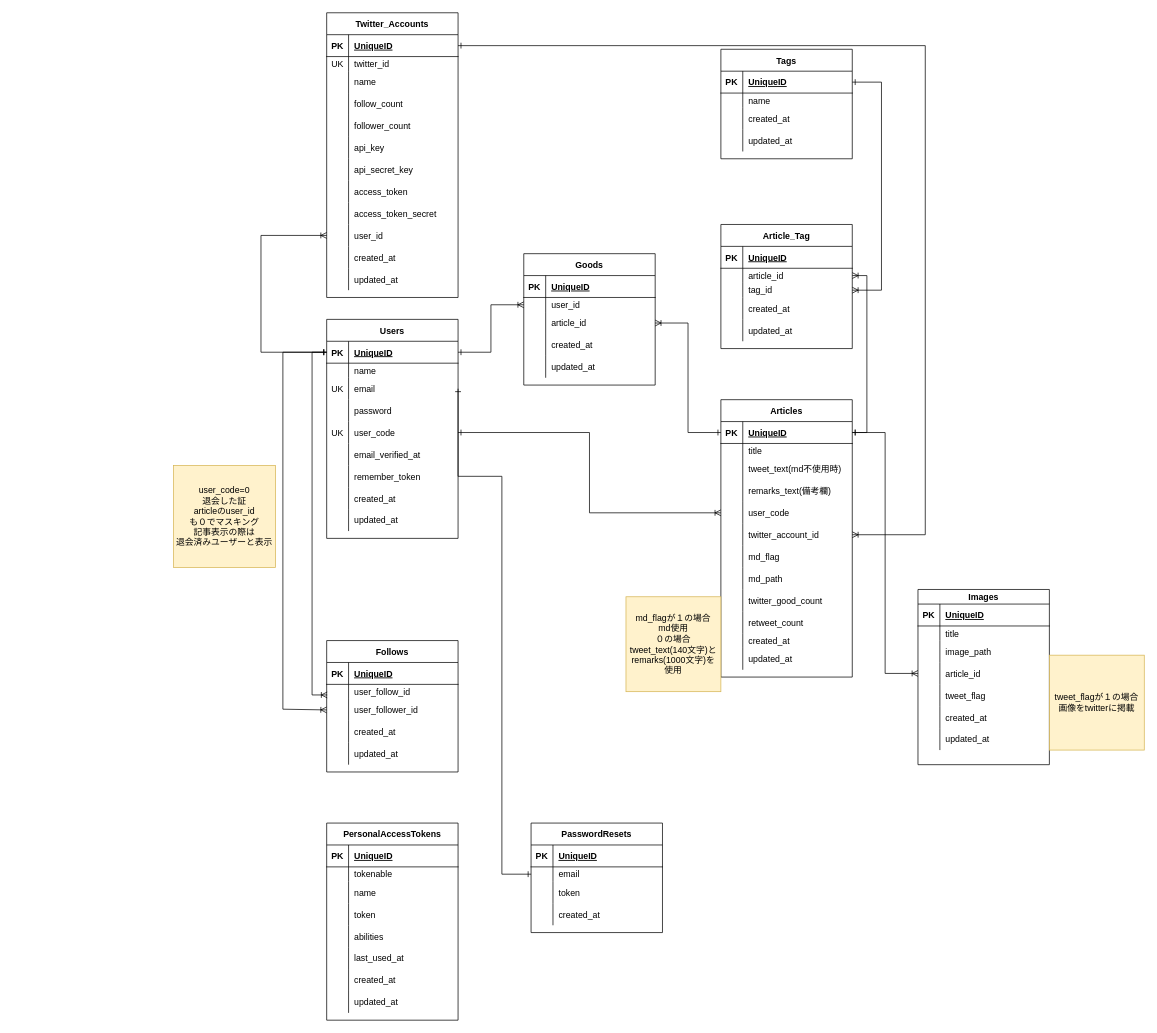
This is page "ER図" (1 of 2) of T-W設計.drawio from moriwakihikari/T-W-diagrams, a draw.io file, before an edit. Source tidied: cells renumbered, new cells numbered last; positions are measured from the earlier drawing's top-left corner, leaving out a move shared by most shapes. Both pictures are drawn from the tidied source at 73%, with x=0, y=0 at pixel (173, 12).
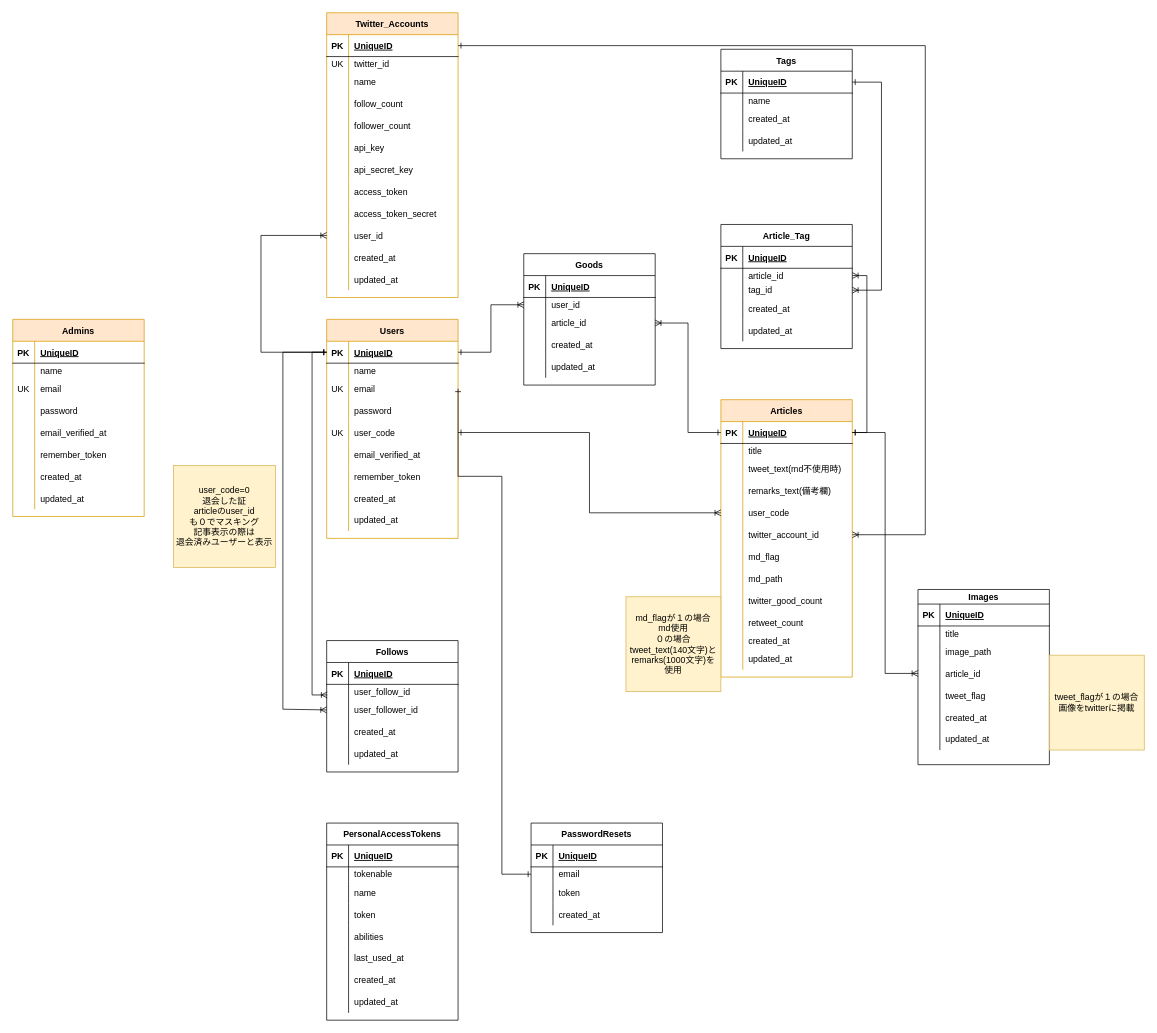
After the change.

Change to the diagram source:
```diff
@@
-    <mxCell id="2" value="Users" style="shape=table;startSize=30;childLayout=tableLayout;rowLines=0;fontStyle=1;align=center;" parent="1" vertex="1">
+    <mxCell id="2" value="Users" style="shape=table;startSize=30;childLayout=tableLayout;rowLines=0;fontStyle=1;align=center;fillColor=#ffe6cc;strokeColor=#d79b00;" parent="1" vertex="1">
       <mxGeometry x="210" y="420" width="180" height="300" as="geometry" />
     </mxCell>
@@
-    <mxCell id="30" value="Articles" style="shape=table;startSize=30;childLayout=tableLayout;rowLines=0;fontStyle=1;align=center;" parent="1" vertex="1">
+    <mxCell id="30" value="Articles" style="shape=table;startSize=30;childLayout=tableLayout;rowLines=0;fontStyle=1;align=center;fillColor=#ffe6cc;strokeColor=#d79b00;" parent="1" vertex="1">
       <mxGeometry x="750" y="530" width="180" height="380" as="geometry" />
     </mxCell>
@@
-    <mxCell id="200" value="Twitter_Accounts" style="shape=table;startSize=30;childLayout=tableLayout;rowLines=0;fontStyle=1;align=center;" parent="1" vertex="1">
+    <mxCell id="200" value="Twitter_Accounts" style="shape=table;startSize=30;childLayout=tableLayout;rowLines=0;fontStyle=1;align=center;fillColor=#ffe6cc;strokeColor=#d79b00;" parent="1" vertex="1">
       <mxGeometry x="210" width="180" height="390" as="geometry" />
     </mxCell>
@@
+    <mxCell id="239" value="Admins" style="shape=table;startSize=30;childLayout=tableLayout;rowLines=0;fontStyle=1;align=center;fillColor=#ffe6cc;strokeColor=#d79b00;" parent="1" vertex="1">
+      <mxGeometry x="-220" y="420" width="180" height="270" as="geometry" />
+    </mxCell>
+    <mxCell id="240" style="shape=tableRow;horizontal=0;startSize=0;swimlaneHead=0;swimlaneBody=0;fillColor=none;top=0;left=0;right=0;bottom=1;" parent="239" vertex="1">
+      <mxGeometry y="30" width="180" height="30" as="geometry" />
+    </mxCell>
+    <mxCell id="241" value="PK" style="shape=partialRectangle;fillColor=none;top=0;left=0;bottom=0;right=0;fontStyle=1;overflow=hidden;" parent="240" vertex="1">
+      <mxGeometry width="30" height="30" as="geometry" />
+    </mxCell>
+    <mxCell id="242" value="UniqueID" style="shape=partialRectangle;fillColor=none;top=0;left=0;bottom=0;right=0;align=left;spacingLeft=6;fontStyle=5;overflow=hidden;" parent="240" vertex="1">
+      <mxGeometry x="30" width="150" height="30" as="geometry" />
+    </mxCell>
+    <mxCell id="243" style="shape=tableRow;horizontal=0;startSize=0;swimlaneHead=0;swimlaneBody=0;fillColor=none;top=0;left=0;right=0;bottom=0;" parent="239" vertex="1">
+      <mxGeometry y="60" width="180" height="20" as="geometry" />
+    </mxCell>
+    <mxCell id="244" style="shape=partialRectangle;fillColor=none;top=0;left=0;bottom=0;right=0;overflow=hidden;" parent="243" vertex="1">
+      <mxGeometry width="30" height="20" as="geometry" />
+    </mxCell>
+    <mxCell id="245" value="name" style="shape=partialRectangle;fillColor=none;top=0;left=0;bottom=0;right=0;align=left;spacingLeft=6;overflow=hidden;" parent="243" vertex="1">
+      <mxGeometry x="30" width="150" height="20" as="geometry" />
+    </mxCell>
+    <mxCell id="246" style="shape=tableRow;horizontal=0;startSize=0;swimlaneHead=0;swimlaneBody=0;fillColor=none;top=0;left=0;right=0;bottom=0;" parent="239" vertex="1">
+      <mxGeometry y="80" width="180" height="30" as="geometry" />
+    </mxCell>
+    <mxCell id="247" value="UK" style="shape=partialRectangle;fillColor=none;top=0;left=0;bottom=0;right=0;overflow=hidden;" parent="246" vertex="1">
+      <mxGeometry width="30" height="30" as="geometry" />
+    </mxCell>
+    <mxCell id="248" value="email" style="shape=partialRectangle;fillColor=none;top=0;left=0;bottom=0;right=0;align=left;spacingLeft=6;overflow=hidden;" parent="246" vertex="1">
+      <mxGeometry x="30" width="150" height="30" as="geometry" />
+    </mxCell>
+    <mxCell id="249" style="shape=tableRow;horizontal=0;startSize=0;swimlaneHead=0;swimlaneBody=0;fillColor=none;top=0;left=0;right=0;bottom=0;" parent="239" vertex="1">
+      <mxGeometry y="110" width="180" height="30" as="geometry" />
+    </mxCell>
+    <mxCell id="250" style="shape=partialRectangle;fillColor=none;top=0;left=0;bottom=0;right=0;overflow=hidden;" parent="249" vertex="1">
+      <mxGeometry width="30" height="30" as="geometry" />
+    </mxCell>
+    <mxCell id="251" value="password" style="shape=partialRectangle;fillColor=none;top=0;left=0;bottom=0;right=0;align=left;spacingLeft=6;overflow=hidden;" parent="249" vertex="1">
+      <mxGeometry x="30" width="150" height="30" as="geometry" />
+    </mxCell>
+    <mxCell id="252" style="shape=tableRow;horizontal=0;startSize=0;swimlaneHead=0;swimlaneBody=0;fillColor=none;top=0;left=0;right=0;bottom=0;" parent="239" vertex="1">
+      <mxGeometry y="140" width="180" height="30" as="geometry" />
+    </mxCell>
+    <mxCell id="253" style="shape=partialRectangle;fillColor=none;top=0;left=0;bottom=0;right=0;overflow=hidden;" parent="252" vertex="1">
+      <mxGeometry width="30" height="30" as="geometry" />
+    </mxCell>
+    <mxCell id="254" value="email_verified_at" style="shape=partialRectangle;fillColor=none;top=0;left=0;bottom=0;right=0;align=left;spacingLeft=6;overflow=hidden;" parent="252" vertex="1">
+      <mxGeometry x="30" width="150" height="30" as="geometry" />
+    </mxCell>
+    <mxCell id="255" style="shape=tableRow;horizontal=0;startSize=0;swimlaneHead=0;swimlaneBody=0;fillColor=none;top=0;left=0;right=0;bottom=0;" parent="239" vertex="1">
+      <mxGeometry y="170" width="180" height="30" as="geometry" />
+    </mxCell>
+    <mxCell id="256" style="shape=partialRectangle;fillColor=none;top=0;left=0;bottom=0;right=0;overflow=hidden;" parent="255" vertex="1">
+      <mxGeometry width="30" height="30" as="geometry" />
+    </mxCell>
+    <mxCell id="257" value="remember_token" style="shape=partialRectangle;fillColor=none;top=0;left=0;bottom=0;right=0;align=left;spacingLeft=6;overflow=hidden;" parent="255" vertex="1">
+      <mxGeometry x="30" width="150" height="30" as="geometry" />
+    </mxCell>
+    <mxCell id="258" style="shape=tableRow;horizontal=0;startSize=0;swimlaneHead=0;swimlaneBody=0;fillColor=none;top=0;left=0;right=0;bottom=0;" parent="239" vertex="1">
+      <mxGeometry y="200" width="180" height="30" as="geometry" />
+    </mxCell>
+    <mxCell id="259" style="shape=partialRectangle;fillColor=none;top=0;left=0;bottom=0;right=0;overflow=hidden;" parent="258" vertex="1">
+      <mxGeometry width="30" height="30" as="geometry" />
+    </mxCell>
+    <mxCell id="260" value="created_at" style="shape=partialRectangle;fillColor=none;top=0;left=0;bottom=0;right=0;align=left;spacingLeft=6;overflow=hidden;" parent="258" vertex="1">
+      <mxGeometry x="30" width="150" height="30" as="geometry" />
+    </mxCell>
+    <mxCell id="261" style="shape=tableRow;horizontal=0;startSize=0;swimlaneHead=0;swimlaneBody=0;fillColor=none;top=0;left=0;right=0;bottom=0;" parent="239" vertex="1">
+      <mxGeometry y="230" width="180" height="30" as="geometry" />
+    </mxCell>
+    <mxCell id="262" style="shape=partialRectangle;fillColor=none;top=0;left=0;bottom=0;right=0;overflow=hidden;" parent="261" vertex="1">
+      <mxGeometry width="30" height="30" as="geometry" />
+    </mxCell>
+    <mxCell id="263" value="updated_at" style="shape=partialRectangle;fillColor=none;top=0;left=0;bottom=0;right=0;align=left;spacingLeft=6;overflow=hidden;" parent="261" vertex="1">
+      <mxGeometry x="30" width="150" height="30" as="geometry" />
+    </mxCell>
```
